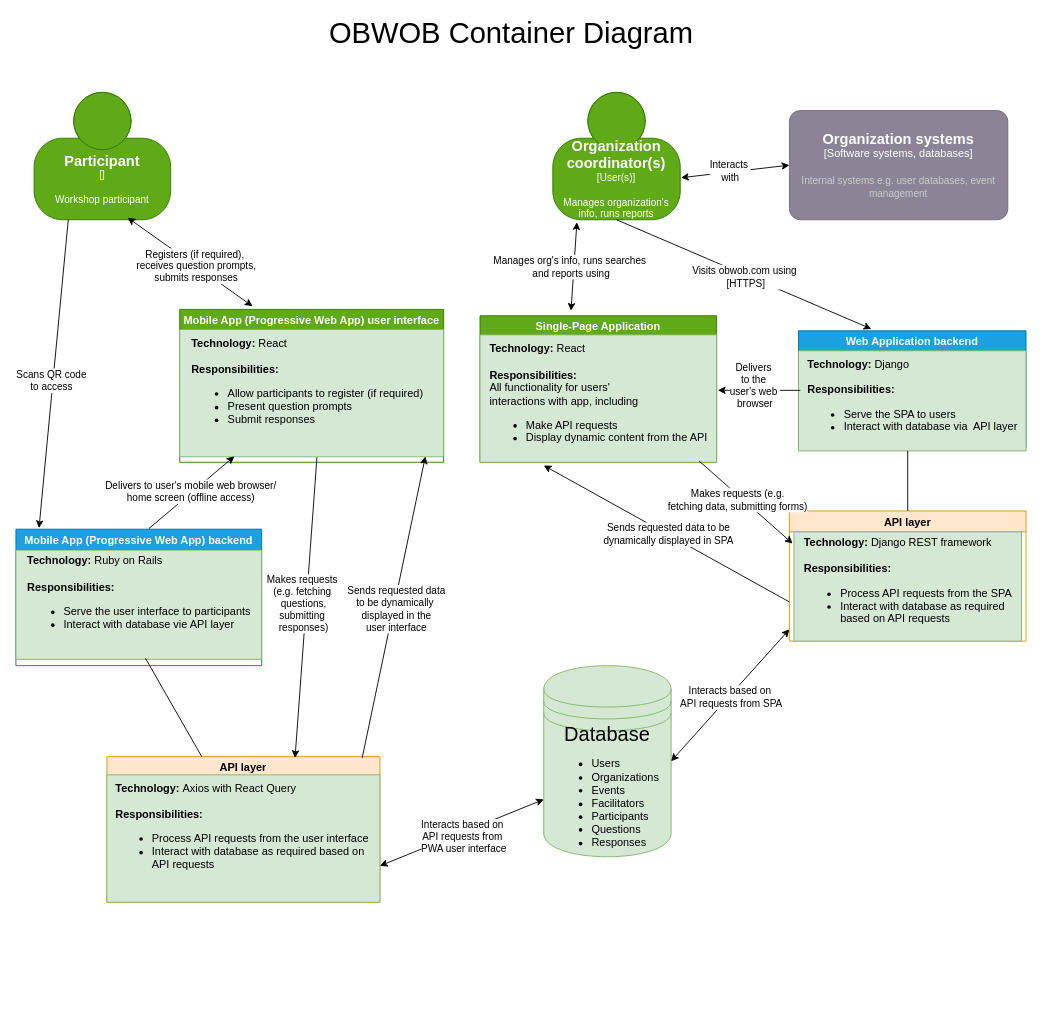
laurapg1214/impact-web-interface keeps this draw.io diagram as documentation/c4-diagrams/2_obwob_container_diagram.drawio. Above is the earlier version. Source tidied: cells renumbered, new cells numbered last; positions are measured from the earlier drawing's top-left corner, leaving out a move shared by most shapes. Both pictures are drawn from the tidied source at 91%, with x=0, y=0 at pixel (15, 19).
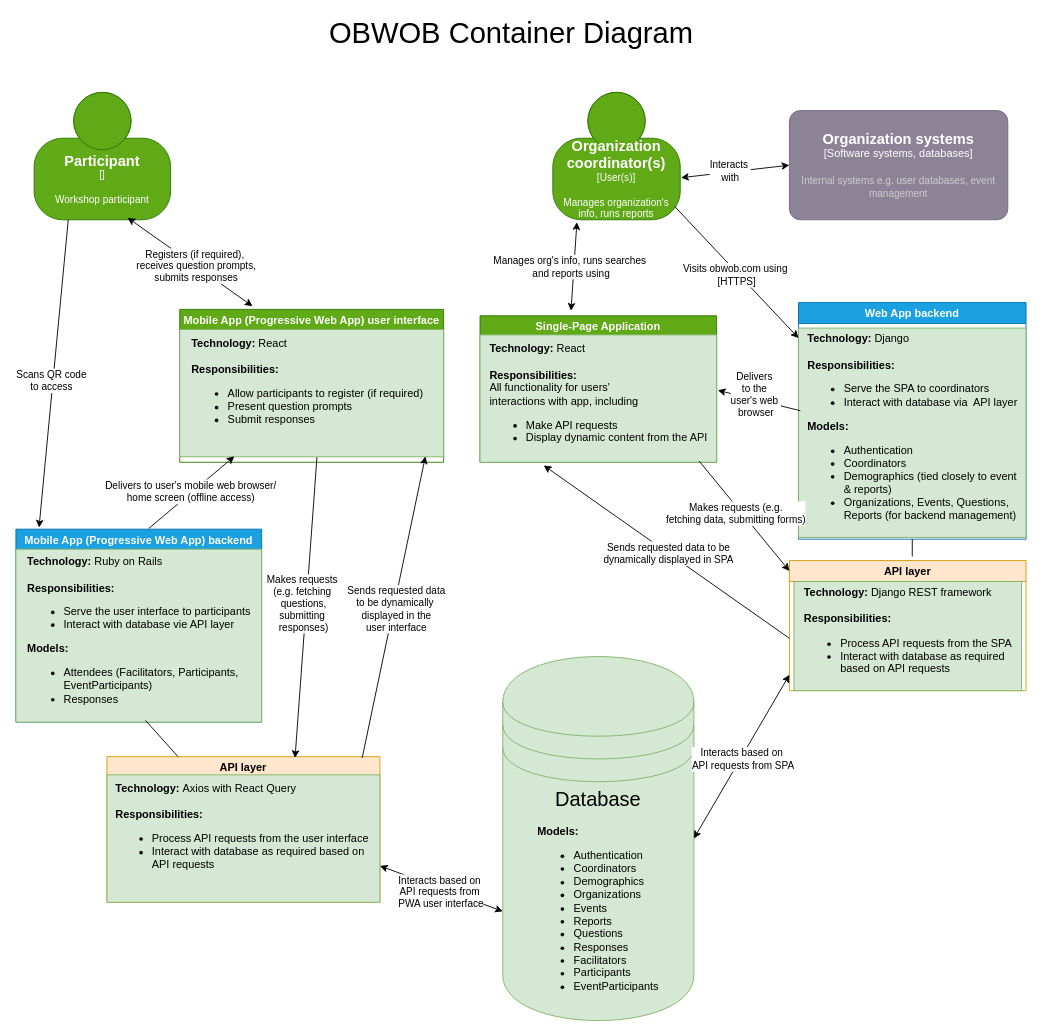
Above is the later version.

Unchanged cells that the change refers to:
```xml
<object id="3" label="&lt;font style=&quot;font-size: 16px&quot;&gt;&lt;b&gt;%c4Name%&lt;/b&gt;&lt;/font&gt;&lt;div&gt;[%c4Type%]&lt;/div&gt;&lt;br&gt;&lt;div&gt;&lt;font style=&quot;font-size: 11px&quot;&gt;&lt;font color=&quot;#ffffff&quot;&gt;%c4Description%&lt;/font&gt;&lt;/div&gt;" c4Description="Manages organization's info, runs reports" c4Name="Organization coordinator(s)" c4Type="User(s)" placeholders="1">
  <mxCell style="html=1;fontSize=11;dashed=0;whiteSpace=wrap;fillColor=#60a917;strokeColor=#2D7600;shape=mxgraph.c4.person2;align=center;points=[[0.5,0,0],[1,0.5,0],[1,0.75,0],[0.75,1,0],[0.5,1,0],[0.25,1,0],[0,0.75,0],[0,0.5,0]];fontColor=#ffffff;" parent="1" vertex="1">
    <mxGeometry x="590" y="80" width="140" height="140" as="geometry" />
  </mxCell>
</object>
<mxCell id="9" value="&lt;div style=&quot;text-align: left;&quot;&gt;&lt;b style=&quot;background-color: initial;&quot;&gt;Technology: &lt;/b&gt;&lt;span style=&quot;background-color: initial;&quot;&gt;React&lt;/span&gt;&lt;br&gt;&lt;/div&gt;&lt;div style=&quot;text-align: left;&quot;&gt;&lt;b style=&quot;background-color: initial;&quot;&gt;&lt;br&gt;&lt;/b&gt;&lt;/div&gt;&lt;div style=&quot;text-align: left;&quot;&gt;&lt;b style=&quot;background-color: initial;&quot;&gt;Responsibilities:&lt;/b&gt;&lt;br&gt;&lt;/div&gt;&lt;div style=&quot;text-align: left;&quot;&gt;&lt;span style=&quot;background-color: initial;&quot;&gt;All functionality for users'&amp;nbsp;&lt;/span&gt;&lt;/div&gt;&lt;div style=&quot;text-align: left;&quot;&gt;&lt;span style=&quot;background-color: initial;&quot;&gt;interactions&amp;nbsp;&lt;/span&gt;&lt;span style=&quot;background-color: initial;&quot;&gt;with app, including&lt;/span&gt;&lt;/div&gt;&lt;div style=&quot;text-align: left;&quot;&gt;&lt;ul&gt;&lt;li&gt;Make API requests&lt;/li&gt;&lt;li&gt;Display dynamic content from the API&lt;/li&gt;&lt;/ul&gt;&lt;/div&gt;" style="text;html=1;align=center;verticalAlign=middle;points=[];strokeColor=#82b366;fillColor=#d5e8d4;" parent="8" vertex="1">
  <mxGeometry y="21" width="260" height="140" as="geometry" />
</mxCell>
<mxCell id="17" value="&lt;div style=&quot;text-align: left;&quot;&gt;&lt;b style=&quot;background-color: initial;&quot;&gt;Technology: &lt;/b&gt;&lt;span style=&quot;background-color: initial;&quot;&gt;Django REST framework&lt;/span&gt;&lt;br&gt;&lt;/div&gt;&lt;div style=&quot;text-align: left;&quot;&gt;&lt;b style=&quot;background-color: initial;&quot;&gt;&lt;br&gt;&lt;/b&gt;&lt;/div&gt;&lt;div style=&quot;text-align: left;&quot;&gt;&lt;b style=&quot;background-color: initial;&quot;&gt;Responsibilities:&lt;/b&gt;&lt;br&gt;&lt;/div&gt;&lt;div style=&quot;text-align: left;&quot;&gt;&lt;ul&gt;&lt;li&gt;Process API requests from the SPA&lt;/li&gt;&lt;li&gt;Interact with database as required&amp;nbsp;&lt;br&gt;based on API requests&lt;/li&gt;&lt;/ul&gt;&lt;/div&gt;" style="text;html=1;align=center;verticalAlign=middle;points=[];strokeColor=#82b366;fillColor=#d5e8d4;" parent="16" vertex="1">
  <mxGeometry x="5" y="23" width="250" height="120" as="geometry" />
</mxCell>
```

The edit, as a diff of the source:
```diff
@@
-    <mxCell id="5" value="&lt;font style=&quot;font-size: 22px;&quot;&gt;Database&lt;/font&gt;&lt;div style=&quot;text-align: left;&quot;&gt;&lt;ul&gt;&lt;li&gt;Users&lt;/li&gt;&lt;li&gt;Organizations&lt;/li&gt;&lt;li&gt;&lt;font style=&quot;font-size: 12px;&quot;&gt;Events&lt;/font&gt;&lt;/li&gt;&lt;li&gt;Facilitators&lt;/li&gt;&lt;li&gt;Participants&lt;/li&gt;&lt;li&gt;Questions&lt;/li&gt;&lt;li&gt;Responses&lt;/li&gt;&lt;/ul&gt;&lt;/div&gt;" style="shape=datastore;whiteSpace=wrap;html=1;fillColor=#d5e8d4;strokeColor=#82b366;" parent="1" vertex="1">
-      <mxGeometry x="580" y="710" width="140" height="210" as="geometry" />
+    <mxCell id="5" value="&lt;font style=&quot;font-size: 22px;&quot;&gt;Database&lt;/font&gt;&lt;div style=&quot;text-align: left;&quot;&gt;&lt;b style=&quot;background-color: initial;&quot;&gt;&lt;br&gt;&lt;/b&gt;&lt;/div&gt;&lt;div style=&quot;text-align: left;&quot;&gt;&lt;b style=&quot;background-color: initial;&quot;&gt;Models:&lt;/b&gt;&lt;br&gt;&lt;ul&gt;&lt;li&gt;Authentication&lt;/li&gt;&lt;li&gt;Coordinators&lt;/li&gt;&lt;li&gt;Demographics&lt;/li&gt;&lt;li&gt;&lt;font style=&quot;font-size: 12px;&quot;&gt;Organizations&lt;/font&gt;&lt;/li&gt;&lt;li&gt;&lt;font style=&quot;font-size: 12px;&quot;&gt;Events&lt;/font&gt;&lt;/li&gt;&lt;li&gt;&lt;font style=&quot;font-size: 12px;&quot;&gt;Reports&lt;/font&gt;&lt;/li&gt;&lt;li&gt;Questions&lt;/li&gt;&lt;li&gt;Responses&lt;/li&gt;&lt;li&gt;Facilitators&lt;/li&gt;&lt;li&gt;Participants&lt;/li&gt;&lt;li&gt;EventParticipants&lt;/li&gt;&lt;/ul&gt;&lt;/div&gt;" style="shape=datastore;whiteSpace=wrap;html=1;fillColor=#d5e8d4;strokeColor=#82b366;" parent="1" vertex="1">
+      <mxGeometry x="535" y="700" width="210" height="400" as="geometry" />
     </mxCell>
-    <mxCell id="6" value="Web Application backend" style="swimlane;startSize=23;fillColor=#1ba1e2;strokeColor=#006EAF;fontColor=#ffffff;" parent="1" vertex="1">
-      <mxGeometry x="860" y="342" width="250" height="128" as="geometry" />
+    <mxCell id="6" value="Web App backend" style="swimlane;startSize=23;fillColor=#1ba1e2;strokeColor=#006EAF;fontColor=#ffffff;" parent="1" vertex="1">
+      <mxGeometry x="860" y="311" width="250" height="260" as="geometry" />
     </mxCell>
-    <mxCell id="7" value="&lt;div style=&quot;text-align: left;&quot;&gt;&lt;b style=&quot;background-color: initial;&quot;&gt;Technology: &lt;/b&gt;&lt;span style=&quot;background-color: initial;&quot;&gt;Django&amp;nbsp;&lt;/span&gt;&lt;br&gt;&lt;/div&gt;&lt;div style=&quot;text-align: left;&quot;&gt;&lt;b style=&quot;background-color: initial;&quot;&gt;&lt;br&gt;&lt;/b&gt;&lt;/div&gt;&lt;div style=&quot;text-align: left;&quot;&gt;&lt;b style=&quot;background-color: initial;&quot;&gt;Responsibilities:&lt;/b&gt;&lt;br&gt;&lt;/div&gt;&lt;div style=&quot;text-align: left;&quot;&gt;&lt;ul&gt;&lt;li&gt;Serve the SPA to users&lt;/li&gt;&lt;li&gt;Interact with database via&amp;nbsp; API layer&lt;/li&gt;&lt;/ul&gt;&lt;/div&gt;" style="text;html=1;align=center;verticalAlign=middle;points=[];strokeColor=#82b366;fillColor=#d5e8d4;" parent="6" vertex="1">
-      <mxGeometry y="22" width="250" height="110" as="geometry" />
+    <mxCell id="7" value="&lt;div style=&quot;text-align: left;&quot;&gt;&lt;b style=&quot;background-color: initial;&quot;&gt;Technology: &lt;/b&gt;&lt;span style=&quot;background-color: initial;&quot;&gt;Django&amp;nbsp;&lt;/span&gt;&lt;br&gt;&lt;/div&gt;&lt;div style=&quot;text-align: left;&quot;&gt;&lt;b style=&quot;background-color: initial;&quot;&gt;&lt;br&gt;&lt;/b&gt;&lt;/div&gt;&lt;div style=&quot;text-align: left;&quot;&gt;&lt;b style=&quot;background-color: initial;&quot;&gt;Responsibilities:&lt;/b&gt;&lt;br&gt;&lt;/div&gt;&lt;div style=&quot;text-align: left;&quot;&gt;&lt;ul&gt;&lt;li&gt;Serve the SPA to coordinators&lt;/li&gt;&lt;li&gt;Interact with database via&amp;nbsp; API layer&lt;/li&gt;&lt;/ul&gt;&lt;div&gt;&lt;b&gt;Models:&lt;/b&gt;&lt;/div&gt;&lt;div&gt;&lt;ul&gt;&lt;li&gt;Authentication&lt;/li&gt;&lt;li&gt;Coordinators&lt;/li&gt;&lt;li&gt;Demographics (tied closely to event&lt;br&gt;&amp;amp; reports)&lt;/li&gt;&lt;li&gt;Organizations, Events, Questions,&amp;nbsp;&lt;br&gt;Reports (for backend management)&lt;/li&gt;&lt;/ul&gt;&lt;/div&gt;&lt;/div&gt;" style="text;html=1;align=center;verticalAlign=middle;points=[];strokeColor=#82b366;fillColor=#d5e8d4;" parent="6" vertex="1">
+      <mxGeometry y="28" width="250" height="230" as="geometry" />
     </mxCell>
@@
-    <mxCell id="10" style="endArrow=classic;html=1;rounded=0;exitX=0.5;exitY=1;exitDx=0;exitDy=0;exitPerimeter=0;" parent="1" edge="1" source="3">
-      <mxGeometry relative="1" as="geometry">
-        <mxPoint x="940" y="340" as="targetPoint" />
-      </mxGeometry>
+    <mxCell id="10" style="endArrow=classic;html=1;rounded=0;exitX=0.957;exitY=0.896;exitDx=0;exitDy=0;exitPerimeter=0;entryX=0;entryY=0.048;entryDx=0;entryDy=0;entryPerimeter=0;" parent="1" edge="1" source="3" target="7">
+      <mxGeometry relative="1" as="geometry" />
     </mxCell>
@@
     <mxCell id="16" value="API layer" style="swimlane;startSize=23;fillColor=#ffe6cc;strokeColor=#d79b00;" parent="1" vertex="1">
-      <mxGeometry x="850" y="540" width="260" height="143" as="geometry" />
+      <mxGeometry x="850" y="594.5" width="260" height="143" as="geometry" />
     </mxCell>
@@
-    <mxCell id="19" style="endArrow=classic;html=1;rounded=0;exitX=0.926;exitY=0.99;exitDx=0;exitDy=0;exitPerimeter=0;entryX=-0.006;entryY=0.107;entryDx=0;entryDy=0;entryPerimeter=0;" parent="1" edge="1" source="9" target="17">
-      <mxGeometry relative="1" as="geometry" />
+    <mxCell id="19" style="endArrow=classic;html=1;rounded=0;exitX=0.926;exitY=0.99;exitDx=0;exitDy=0;exitPerimeter=0;" parent="1" edge="1" source="9">
+      <mxGeometry relative="1" as="geometry">
+        <mxPoint x="850" y="606" as="targetPoint" />
+      </mxGeometry>
     </mxCell>
@@
-    <mxCell id="21" style="endArrow=none;html=1;rounded=0;exitX=0.5;exitY=0;exitDx=0;exitDy=0;" parent="1" edge="1" source="16">
+    <mxCell id="21" style="endArrow=none;html=1;rounded=0;entryX=0.5;entryY=1;entryDx=0;entryDy=0;" parent="1" edge="1" target="6">
       <mxGeometry relative="1" as="geometry">
-        <mxPoint x="980" y="474" as="targetPoint" />
+        <mxPoint x="985" y="590" as="sourcePoint" />
       </mxGeometry>
     </mxCell>
     <mxCell id="22" style="endArrow=classic;startArrow=classic;html=1;rounded=0;exitX=1;exitY=0.5;exitDx=0;exitDy=0;" parent="1" edge="1" source="5">
       <mxGeometry relative="1" as="geometry">
-        <mxPoint x="850" y="670" as="targetPoint" />
+        <mxPoint x="850" y="720" as="targetPoint" />
       </mxGeometry>
     </mxCell>
@@
     <mxCell id="26" value="Mobile App (Progressive Web App) backend" style="swimlane;startSize=23;fillColor=#1ba1e2;strokeColor=#006EAF;fontColor=#ffffff;" parent="1" vertex="1">
-      <mxGeometry y="560" width="270" height="150" as="geometry" />
+      <mxGeometry y="560" width="270" height="212" as="geometry" />
     </mxCell>
-    <mxCell id="27" value="&lt;div style=&quot;text-align: left;&quot;&gt;&lt;b style=&quot;background-color: initial;&quot;&gt;Technology: &lt;/b&gt;&lt;span style=&quot;background-color: initial;&quot;&gt;Ruby on Rails&lt;/span&gt;&lt;/div&gt;&lt;div style=&quot;text-align: left;&quot;&gt;&lt;b&gt;&lt;br&gt;&lt;/b&gt;&lt;/div&gt;&lt;div style=&quot;text-align: left;&quot;&gt;&lt;b&gt;Responsibilities:&lt;/b&gt;&lt;/div&gt;&lt;div style=&quot;text-align: left;&quot;&gt;&lt;ul&gt;&lt;li&gt;Serve the user interface to participants&lt;/li&gt;&lt;li&gt;Interact with database vie API layer&lt;/li&gt;&lt;/ul&gt;&lt;/div&gt;&lt;div style=&quot;text-align: left;&quot;&gt;&lt;span style=&quot;background-color: initial;&quot;&gt;&lt;br&gt;&lt;/span&gt;&lt;/div&gt;" style="text;html=1;align=center;verticalAlign=middle;points=[];strokeColor=#82b366;fillColor=#d5e8d4;" parent="26" vertex="1">
-      <mxGeometry y="23" width="270" height="120" as="geometry" />
+    <mxCell id="27" value="&lt;div style=&quot;text-align: left;&quot;&gt;&lt;b style=&quot;background-color: initial;&quot;&gt;Technology: &lt;/b&gt;&lt;span style=&quot;background-color: initial;&quot;&gt;Ruby on Rails&lt;/span&gt;&lt;/div&gt;&lt;div style=&quot;text-align: left;&quot;&gt;&lt;b&gt;&lt;br&gt;&lt;/b&gt;&lt;/div&gt;&lt;div style=&quot;text-align: left;&quot;&gt;&lt;b&gt;Responsibilities:&lt;/b&gt;&lt;/div&gt;&lt;div style=&quot;text-align: left;&quot;&gt;&lt;ul&gt;&lt;li&gt;Serve the user interface to participants&lt;/li&gt;&lt;li&gt;Interact with database vie API layer&lt;/li&gt;&lt;/ul&gt;&lt;/div&gt;&lt;div style=&quot;text-align: left;&quot;&gt;&lt;span style=&quot;background-color: initial;&quot;&gt;&lt;b&gt;Models:&amp;nbsp;&lt;/b&gt;&lt;/span&gt;&lt;/div&gt;&lt;div style=&quot;text-align: left;&quot;&gt;&lt;ul&gt;&lt;li&gt;Attendees (Facilitators, Participants,&lt;br&gt;EventParticipants)&lt;/li&gt;&lt;li&gt;Responses&lt;/li&gt;&lt;/ul&gt;&lt;/div&gt;" style="text;html=1;align=center;verticalAlign=middle;points=[];strokeColor=#82b366;fillColor=#d5e8d4;" parent="26" vertex="1">
+      <mxGeometry y="22" width="270" height="190" as="geometry" />
     </mxCell>
@@
     <mxCell id="37" style="endArrow=classic;html=1;rounded=0;" parent="1" edge="1">
       <mxGeometry relative="1" as="geometry">
-        <mxPoint x="850" y="640" as="sourcePoint" />
+        <mxPoint x="850" y="680" as="sourcePoint" />
         <mxPoint x="580" y="490" as="targetPoint" />
       </mxGeometry>
     </mxCell>
```
